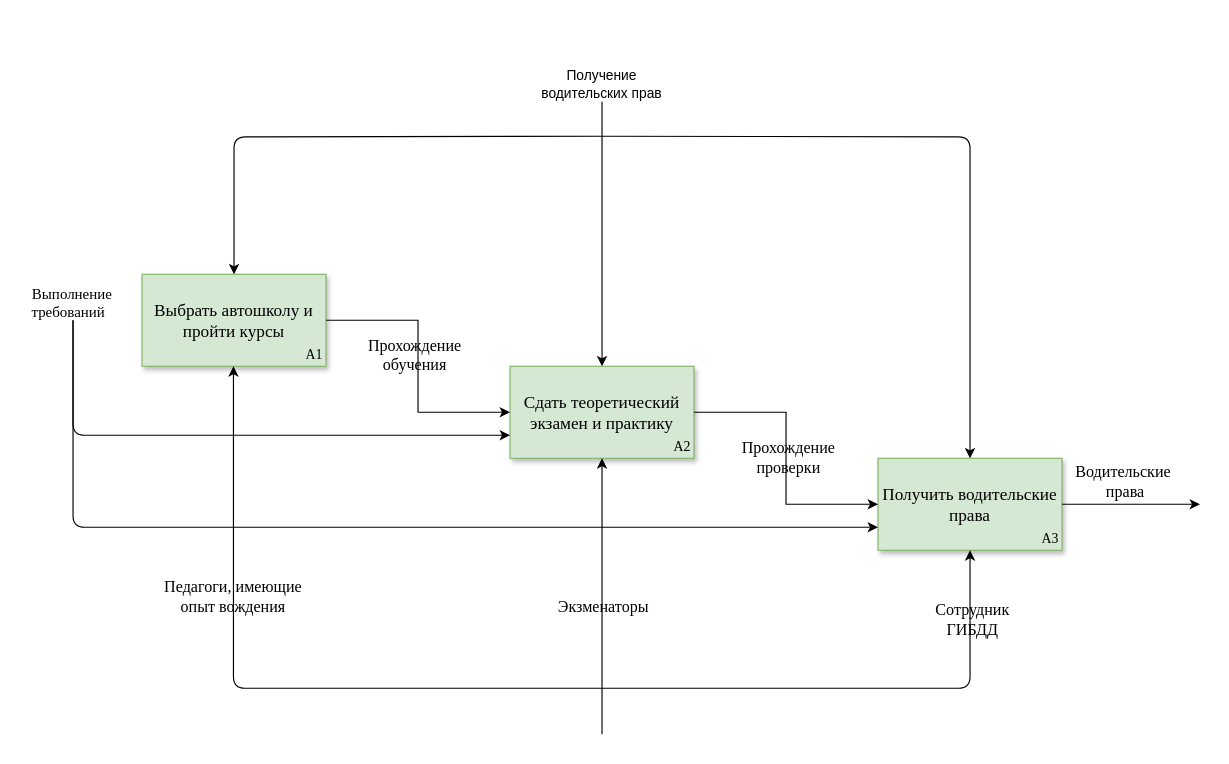
This is IDEF пользовательская.drawio from Koloda2/IDEF-diagrams, a draw.io file, before an edit. Source tidied: cells renumbered, new cells numbered last; positions are measured from the earlier drawing's top-left corner, leaving out a move shared by most shapes. Both pictures are drawn from the tidied source at 115%, with x=0, y=0 at pixel (20, 67).
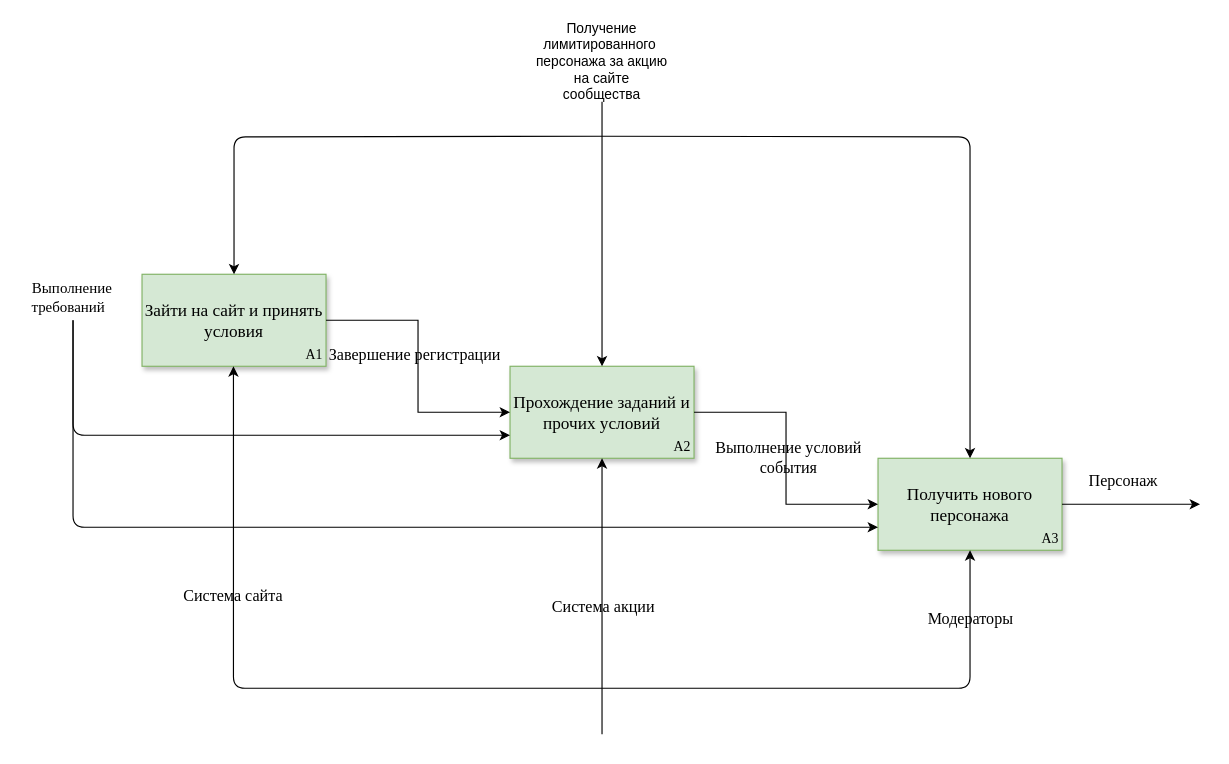
Above is the later version.

The change refers to these unchanged cells:
```xml
<mxCell id="5" style="endArrow=classic;html=1;rounded=0;exitX=1;exitY=0.5;exitDx=0;exitDy=0;entryX=0;entryY=0.5;entryDx=0;entryDy=0;edgeStyle=orthogonalEdgeStyle;fontFamily=Times New Roman;" parent="1" edge="1" source="2" target="3">
  <mxGeometry relative="1" as="geometry" />
</mxCell>
<mxCell id="7" style="endArrow=classic;html=1;rounded=0;exitX=1;exitY=0.5;exitDx=0;exitDy=0;entryX=0;entryY=0.5;entryDx=0;entryDy=0;edgeStyle=orthogonalEdgeStyle;fontFamily=Times New Roman;" parent="1" edge="1" source="3" target="4">
  <mxGeometry relative="1" as="geometry" />
</mxCell>
<mxCell id="13" style="endArrow=classic;html=1;rounded=0;entryX=0.5;entryY=1;entryDx=0;entryDy=0;fontFamily=Times New Roman;" parent="1" edge="1" target="3">
  <mxGeometry relative="1" as="geometry">
    <mxPoint x="506" y="580" as="sourcePoint" />
  </mxGeometry>
</mxCell>
<mxCell id="15" style="endArrow=classic;html=1;rounded=1;entryX=0.5;entryY=1;entryDx=0;entryDy=0;fontFamily=Times New Roman;edgeStyle=orthogonalEdgeStyle;" parent="1" edge="1" target="4">
  <mxGeometry relative="1" as="geometry">
    <mxPoint x="506" y="540" as="sourcePoint" />
    <Array as="points">
      <mxPoint x="506" y="540" />
      <mxPoint x="826" y="540" />
    </Array>
  </mxGeometry>
</mxCell>
<mxCell id="17" style="endArrow=classic;html=1;rounded=1;entryX=0.5;entryY=1;entryDx=0;entryDy=0;fontFamily=Times New Roman;edgeStyle=orthogonalEdgeStyle;" parent="1" edge="1">
  <mxGeometry relative="1" as="geometry">
    <mxPoint x="506" y="540" as="sourcePoint" />
    <mxPoint x="185.5" y="260" as="targetPoint" />
    <Array as="points">
      <mxPoint x="506" y="540" />
      <mxPoint x="185" y="540" />
    </Array>
  </mxGeometry>
</mxCell>
<mxCell id="19" style="endArrow=classic;html=1;rounded=0;fontFamily=Times New Roman;fontSize=14;exitX=1;exitY=0.5;exitDx=0;exitDy=0;" parent="1" edge="1" source="4">
  <mxGeometry relative="1" as="geometry">
    <mxPoint x="1026" y="380" as="targetPoint" />
  </mxGeometry>
</mxCell>
```

Change to the diagram source:
```diff
@@
-    <mxCell id="2" value="Выбрать автошколу и пройти курсы" style="rounded=0;whiteSpace=wrap;html=1;labelBackgroundColor=none;fontFamily=Times New Roman;fontSize=15;fillColor=#d5e8d4;strokeColor=#82b366;sketch=0;shadow=1;" parent="1" vertex="1">
+    <mxCell id="2" value="Зайти на сайт и принять условия" style="rounded=0;whiteSpace=wrap;html=1;labelBackgroundColor=none;fontFamily=Times New Roman;fontSize=15;fillColor=#d5e8d4;strokeColor=#82b366;sketch=0;shadow=1;" parent="1" vertex="1">
       <mxGeometry x="106" y="180" width="160" height="80" as="geometry" />
     </mxCell>
-    <mxCell id="3" value="Сдать теоретический экзамен и практику" style="rounded=0;whiteSpace=wrap;html=1;labelBackgroundColor=none;fontFamily=Times New Roman;fontSize=15;fillColor=#d5e8d4;strokeColor=#82b366;sketch=0;shadow=1;" parent="1" vertex="1">
+    <mxCell id="3" value="Прохождение заданий и прочих условий" style="rounded=0;whiteSpace=wrap;html=1;labelBackgroundColor=none;fontFamily=Times New Roman;fontSize=15;fillColor=#d5e8d4;strokeColor=#82b366;sketch=0;shadow=1;" parent="1" vertex="1">
       <mxGeometry x="426" y="260" width="160" height="80" as="geometry" />
     </mxCell>
-    <mxCell id="4" value="Получить водительские права" style="rounded=0;whiteSpace=wrap;html=1;labelBackgroundColor=none;fontFamily=Times New Roman;fontSize=15;fillColor=#d5e8d4;strokeColor=#82b366;sketch=0;shadow=1;" parent="1" vertex="1">
+    <mxCell id="4" value="Получить нового персонажа" style="rounded=0;whiteSpace=wrap;html=1;labelBackgroundColor=none;fontFamily=Times New Roman;fontSize=15;fillColor=#d5e8d4;strokeColor=#82b366;sketch=0;shadow=1;" parent="1" vertex="1">
       <mxGeometry x="746" y="340" width="160" height="80" as="geometry" />
     </mxCell>
@@
-    <mxCell id="6" value="Прохождение&lt;br&gt;обучения" style="edgeLabel;html=1;align=center;verticalAlign=middle;fontSize=14;fontFamily=Times New Roman;labelBackgroundColor=none;" parent="5" vertex="1">
+    <mxCell id="6" value="Завершение регистрации" style="edgeLabel;html=1;align=center;verticalAlign=middle;fontSize=14;fontFamily=Times New Roman;labelBackgroundColor=none;" parent="5" vertex="1">
       <mxGeometry x="-0.22" y="-4" relative="1" as="geometry">
         <mxPoint y="16" as="offset" />
       </mxGeometry>
     </mxCell>
@@
-    <mxCell id="8" value="Прохождение &lt;br&gt;проверки" style="edgeLabel;html=1;align=center;verticalAlign=middle;fontSize=14;fontFamily=Times New Roman;labelBackgroundColor=none;" parent="7" vertex="1">
+    <mxCell id="8" value="Выполнение условий&lt;br&gt;события" style="edgeLabel;html=1;align=center;verticalAlign=middle;fontSize=14;fontFamily=Times New Roman;labelBackgroundColor=none;" parent="7" vertex="1">
       <mxGeometry x="-0.14" y="1" relative="1" as="geometry">
         <mxPoint y="16" as="offset" />
       </mxGeometry>
     </mxCell>
     <mxCell id="9" value="Выполнение &lt;br style=&quot;font-size: 13px;&quot;&gt;требований&amp;nbsp;&amp;nbsp;" style="text;html=1;align=center;verticalAlign=middle;strokeColor=none;fillColor=none;fontFamily=Times New Roman;fontSize=13;" parent="1" vertex="1">
-      <mxGeometry y="185" width="90" height="40" as="geometry" />
+      <mxGeometry y="180" width="90" height="40" as="geometry" />
     </mxCell>
@@
-    <mxCell id="14" value="Экзменаторы" style="edgeLabel;html=1;align=center;verticalAlign=middle;labelBackgroundColor=none;fontFamily=Times New Roman;fontSize=14;" parent="13" vertex="1">
+    <mxCell id="14" value="Система акции" style="edgeLabel;html=1;align=center;verticalAlign=middle;labelBackgroundColor=none;fontFamily=Times New Roman;fontSize=14;" parent="13" vertex="1">
       <mxGeometry x="-0.14" y="2" relative="1" as="geometry">
         <mxPoint x="2" y="-8" as="offset" />
       </mxGeometry>
     </mxCell>
@@
-    <mxCell id="16" value="Сотрудник &lt;br&gt;ГИБДД" style="edgeLabel;html=1;align=center;verticalAlign=middle;labelBackgroundColor=none;fontFamily=Times New Roman;fontSize=14;" parent="15" vertex="1">
+    <mxCell id="16" value="Модераторы&amp;nbsp;" style="edgeLabel;html=1;align=center;verticalAlign=middle;labelBackgroundColor=none;fontFamily=Times New Roman;fontSize=14;" parent="15" vertex="1">
       <mxGeometry x="-0.14" y="2" relative="1" as="geometry">
         <mxPoint x="132" y="-58" as="offset" />
       </mxGeometry>
     </mxCell>
@@
-    <mxCell id="18" value="Педагоги, имеющие &lt;br style=&quot;font-size: 14px;&quot;&gt;опыт вождения" style="edgeLabel;html=1;align=center;verticalAlign=middle;labelBackgroundColor=none;fontFamily=Times New Roman;fontSize=14;" parent="17" vertex="1">
+    <mxCell id="18" value="Система сайта" style="edgeLabel;html=1;align=center;verticalAlign=middle;labelBackgroundColor=none;fontFamily=Times New Roman;fontSize=14;" parent="17" vertex="1">
       <mxGeometry x="-0.14" y="2" relative="1" as="geometry">
         <mxPoint x="-64" y="-82" as="offset" />
       </mxGeometry>
     </mxCell>
@@
-    <mxCell id="20" value="Водительские&lt;br&gt;&amp;nbsp;права" style="edgeLabel;html=1;align=center;verticalAlign=middle;fontSize=14;fontFamily=Times New Roman;labelBackgroundColor=none;" parent="19" vertex="1">
+    <mxCell id="20" value="Персонаж" style="edgeLabel;html=1;align=center;verticalAlign=middle;fontSize=14;fontFamily=Times New Roman;labelBackgroundColor=none;" parent="19" vertex="1">
       <mxGeometry x="-0.14" y="1" relative="1" as="geometry">
         <mxPoint y="-19" as="offset" />
       </mxGeometry>
     </mxCell>
@@
-    <mxCell id="26" value="Получение водительских прав" style="text;html=1;strokeColor=none;fillColor=none;align=center;verticalAlign=middle;whiteSpace=wrap;rounded=0;" parent="1" vertex="1">
-      <mxGeometry x="446" width="120" height="30" as="geometry" />
+    <mxCell id="26" value="Получение лимитированного&amp;nbsp; персонажа за акцию на сайте сообщества" style="text;html=1;strokeColor=none;fillColor=none;align=center;verticalAlign=middle;whiteSpace=wrap;rounded=0;" parent="1" vertex="1">
+      <mxGeometry x="446" y="-20" width="120" height="30" as="geometry" />
     </mxCell>
```
